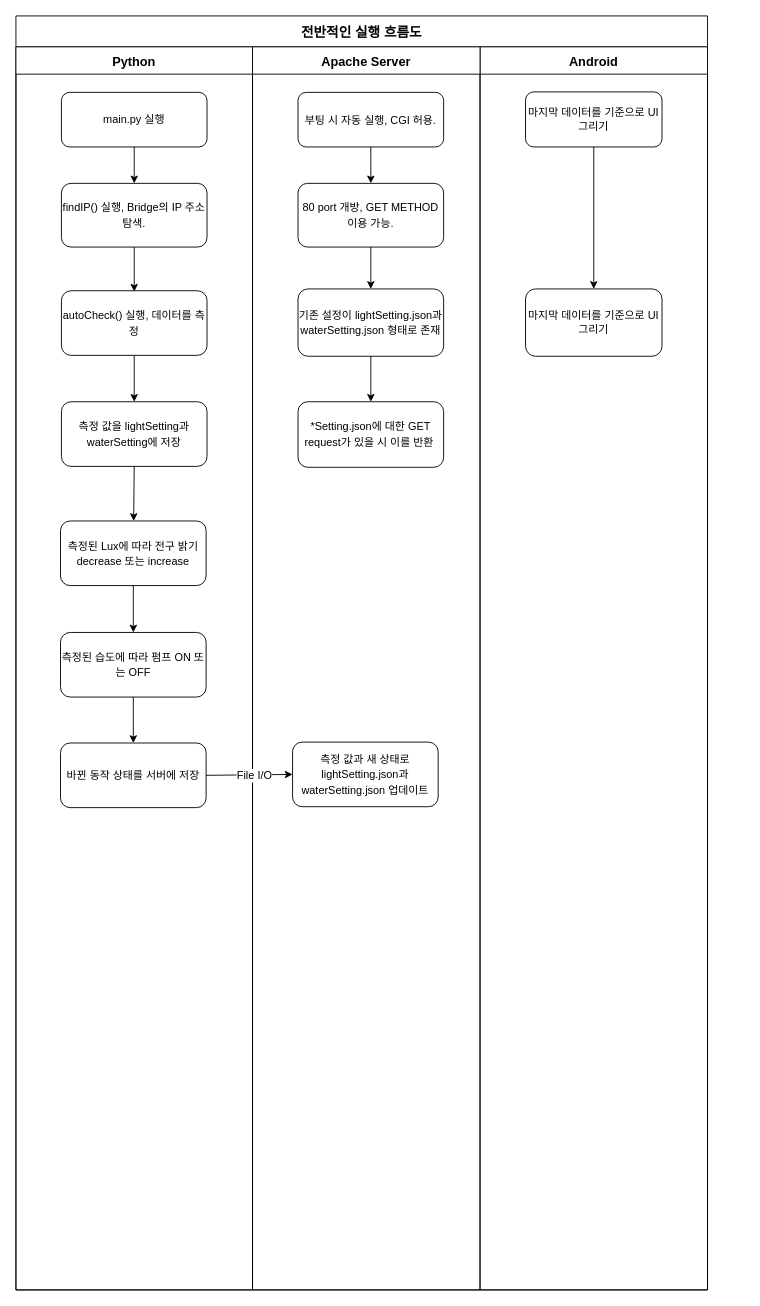
rkrnru/2021ESWContest_free_1071 keeps this draw.io diagram as 전반적인 실행 흐름도.drawio. Above is the earlier version. Source tidied: cells renumbered, new cells numbered last; positions are measured from the earlier drawing's top-left corner, leaving out a move shared by most shapes. Both pictures are drawn from the tidied source at 91%, with x=0, y=0 at pixel (15, 15).
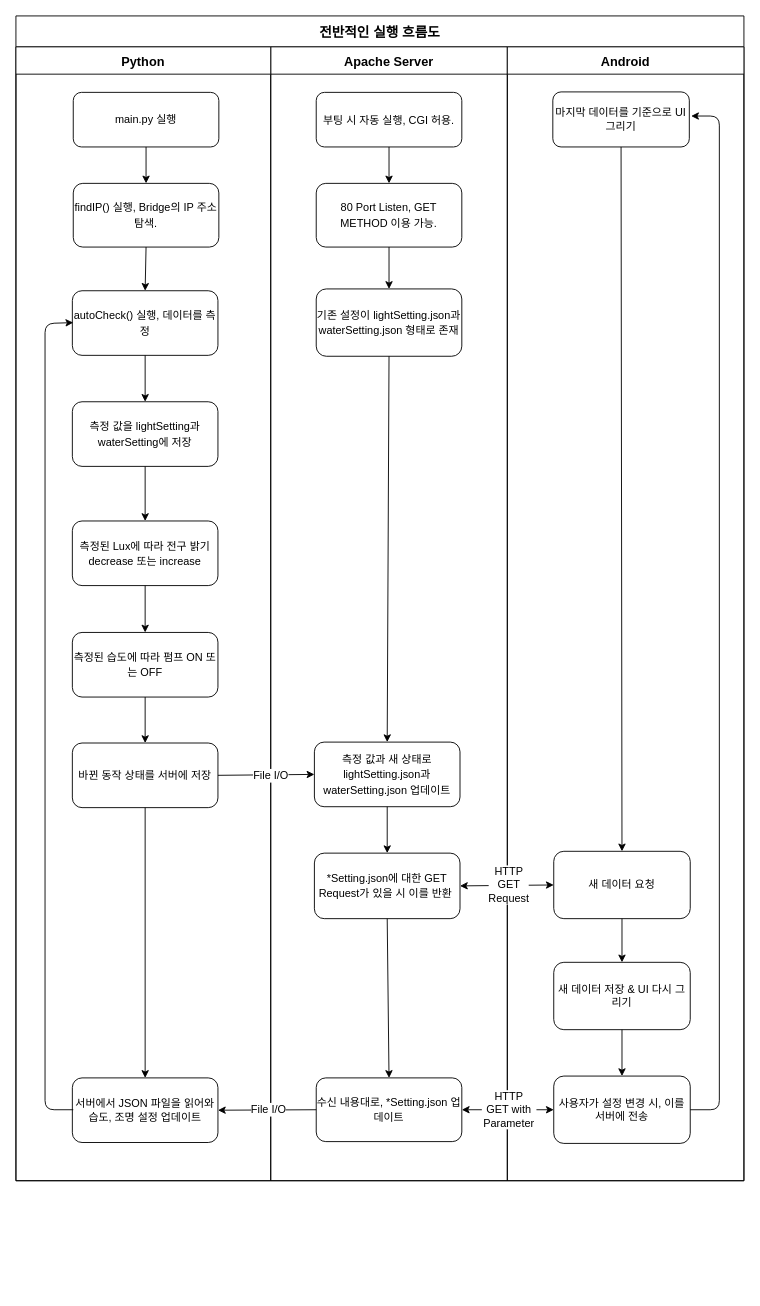
The same page after the edit.

Commit message:
Update 전반적인 실행 흐름도.drawio

Unchanged cells that the change refers to:
```xml
<mxCell id="18" value="마지막 데이터를 기준으로 UI 그리기" style="rounded=1;whiteSpace=wrap;html=1;fontSize=12;" parent="17" vertex="1">
  <mxGeometry x="50" y="49.5" width="150" height="60.5" as="geometry" />
</mxCell>
<mxCell id="30" style="endArrow=classic;html=1;exitX=1;exitY=0.5;exitDx=0;exitDy=0;entryX=0;entryY=0.5;entryDx=0;entryDy=0;" parent="2" edge="1" source="15" target="23">
  <mxGeometry relative="1" as="geometry" />
</mxCell>
```

Diff of the diagram source:
```diff
@@
     <mxCell id="2" value="전반적인 실행 흐름도" style="swimlane;fontSize=15;startSize=34;" parent="1" vertex="1">
-      <mxGeometry width="760" height="1400" as="geometry" />
+      <mxGeometry width="800" height="1280" as="geometry" />
     </mxCell>
+    <mxCell id="21" value="Apache Server" style="swimlane;fontSize=14;startSize=30;spacing=2;" parent="2" vertex="1">
+      <mxGeometry x="280" y="34" width="260" height="1246" as="geometry" />
+    </mxCell>
+    <mxCell id="22" value="&lt;p style=&quot;line-height: 150%&quot;&gt;부팅 시 자동 실행, CGI 허용.&lt;/p&gt;" style="rounded=1;whiteSpace=wrap;html=1;fontSize=12;spacing=2;" parent="21" vertex="1">
+      <mxGeometry x="50" y="50" width="160" height="60" as="geometry" />
+    </mxCell>
+    <mxCell id="23" value="&lt;p style=&quot;line-height: 140%&quot;&gt;측정 값과 새 상태로 lightSetting.json과 waterSetting.json 업데이트&lt;/p&gt;" style="rounded=1;whiteSpace=wrap;html=1;" parent="21" vertex="1">
+      <mxGeometry x="48" y="764" width="160" height="71" as="geometry" />
+    </mxCell>
+    <mxCell id="24" value="&lt;p style=&quot;line-height: 140%&quot;&gt;80 Port Listen, GET METHOD 이용 가능.&lt;br&gt;&lt;/p&gt;" style="rounded=1;whiteSpace=wrap;html=1;fontSize=12;" parent="21" vertex="1">
+      <mxGeometry x="50" y="150" width="160" height="70" as="geometry" />
+    </mxCell>
+    <mxCell id="25" style="endArrow=classic;html=1;fontSize=13;entryX=0.5;entryY=0;entryDx=0;entryDy=0;exitX=0.5;exitY=1;exitDx=0;exitDy=0;" parent="21" edge="1" source="22" target="24">
+      <mxGeometry relative="1" as="geometry" />
+    </mxCell>
+    <mxCell id="26" value="&lt;p style=&quot;line-height: 140%&quot;&gt;기존 설정이 lightSetting.json과 waterSetting.json 형태로 존재&lt;br&gt;&lt;/p&gt;" style="rounded=1;whiteSpace=wrap;html=1;fontSize=12;" parent="21" vertex="1">
+      <mxGeometry x="50" y="266" width="160" height="74" as="geometry" />
+    </mxCell>
+    <mxCell id="27" style="endArrow=classic;html=1;fontSize=13;entryX=0.5;entryY=0;entryDx=0;entryDy=0;exitX=0.5;exitY=1;exitDx=0;exitDy=0;" parent="21" edge="1" source="24" target="26">
+      <mxGeometry relative="1" as="geometry" />
+    </mxCell>
+    <mxCell id="28" value="&lt;p style=&quot;line-height: 140%&quot;&gt;*Setting.json에 대한 GET Request가 있을 시 이를 반환&amp;nbsp;&lt;/p&gt;" style="rounded=1;whiteSpace=wrap;html=1;fontSize=12;" parent="21" vertex="1">
+      <mxGeometry x="48" y="886" width="160" height="72" as="geometry" />
+    </mxCell>
+    <mxCell id="32" style="endArrow=classic;html=1;entryX=0.5;entryY=0;entryDx=0;entryDy=0;exitX=0.5;exitY=1;exitDx=0;exitDy=0;" parent="21" edge="1" source="26" target="23">
+      <mxGeometry relative="1" as="geometry" />
+    </mxCell>
+    <mxCell id="33" style="endArrow=classic;html=1;entryX=0.5;entryY=0;entryDx=0;entryDy=0;exitX=0.5;exitY=1;exitDx=0;exitDy=0;" parent="21" edge="1" source="23" target="28">
+      <mxGeometry relative="1" as="geometry" />
+    </mxCell>
+    <mxCell id="34" value="&lt;p style=&quot;line-height: 140%&quot;&gt;수신 내용대로, *Setting.json 업데이트&lt;/p&gt;" style="rounded=1;whiteSpace=wrap;html=1;fontSize=12;" parent="21" vertex="1">
+      <mxGeometry x="50" y="1133" width="160" height="70" as="geometry" />
+    </mxCell>
+    <mxCell id="35" style="endArrow=classic;html=1;entryX=0.5;entryY=0;entryDx=0;entryDy=0;exitX=0.5;exitY=1;exitDx=0;exitDy=0;" parent="21" edge="1" source="28" target="34">
+      <mxGeometry relative="1" as="geometry" />
+    </mxCell>
+    <mxCell id="36" style="endArrow=classic;startArrow=classic;html=1;entryX=0;entryY=0.5;entryDx=0;entryDy=0;exitX=1;exitY=0.5;exitDx=0;exitDy=0;" parent="2" edge="1" source="28" target="40">
+      <mxGeometry relative="1" as="geometry" />
+    </mxCell>
     <mxCell id="3" value="Python" style="swimlane;startSize=30;fontSize=14;" parent="2" vertex="1">
-      <mxGeometry y="34" width="260" height="1366" as="geometry" />
+      <mxGeometry y="34" width="280" height="1246" as="geometry" />
     </mxCell>
     <mxCell id="4" value="main.py 실행" style="rounded=1;whiteSpace=wrap;html=1;" parent="3" vertex="1">
-      <mxGeometry x="50" y="50" width="160" height="60" as="geometry" />
+      <mxGeometry x="63" y="50" width="160" height="60" as="geometry" />
     </mxCell>
     <mxCell id="5" value="&lt;p style=&quot;line-height: 140%&quot;&gt;findIP() 실행, Bridge의 IP 주소 탐색.&lt;br&gt;&lt;/p&gt;" style="rounded=1;whiteSpace=wrap;html=1;fontSize=12;" parent="3" vertex="1">
-      <mxGeometry x="50" y="150" width="160" height="70" as="geometry" />
+      <mxGeometry x="63" y="150" width="160" height="70" as="geometry" />
     </mxCell>
@@
-    <mxCell id="7" style="endArrow=classic;html=1;exitX=0.5;exitY=1;exitDx=0;exitDy=0;entryX=0.5;entryY=0;entryDx=0;entryDy=0;" parent="3" edge="1" source="5">
-      <mxGeometry relative="1" as="geometry">
-        <mxPoint x="130" y="269" as="targetPoint" />
-      </mxGeometry>
+    <mxCell id="7" style="endArrow=classic;html=1;exitX=0.5;exitY=1;exitDx=0;exitDy=0;entryX=0.5;entryY=0;entryDx=0;entryDy=0;" parent="3" edge="1" source="5" target="8">
+      <mxGeometry relative="1" as="geometry" />
     </mxCell>
     <mxCell id="8" value="&lt;p style=&quot;line-height: 140%&quot;&gt;autoCheck() 실행, 데이터를 측정&lt;/p&gt;" style="rounded=1;whiteSpace=wrap;html=1;" parent="3" vertex="1">
-      <mxGeometry x="50" y="268" width="160" height="71" as="geometry" />
+      <mxGeometry x="62" y="268" width="160" height="71" as="geometry" />
     </mxCell>
     <mxCell id="9" value="&lt;p style=&quot;line-height: 140%&quot;&gt;측정 값을 lightSetting과 waterSetting에 저장&lt;/p&gt;" style="rounded=1;whiteSpace=wrap;html=1;" parent="3" vertex="1">
-      <mxGeometry x="50" y="390" width="160" height="71" as="geometry" />
+      <mxGeometry x="62" y="390" width="160" height="71" as="geometry" />
     </mxCell>
     <mxCell id="10" value="&lt;p style=&quot;line-height: 140%&quot;&gt;측정된 Lux에 따라 전구 밝기 decrease 또는 increase&lt;/p&gt;" style="rounded=1;whiteSpace=wrap;html=1;" parent="3" vertex="1">
-      <mxGeometry x="49" y="521" width="160" height="71" as="geometry" />
+      <mxGeometry x="62" y="521" width="160" height="71" as="geometry" />
     </mxCell>
@@
     <mxCell id="12" value="&lt;p style=&quot;line-height: 140%&quot;&gt;측정된 습도에 따라 펌프 ON 또는 OFF&lt;/p&gt;" style="rounded=1;whiteSpace=wrap;html=1;" parent="3" vertex="1">
-      <mxGeometry x="49" y="643.5" width="160" height="71" as="geometry" />
+      <mxGeometry x="62" y="643.5" width="160" height="71" as="geometry" />
     </mxCell>
@@
     <mxCell id="15" value="바뀐 동작 상태를 서버에 저장" style="rounded=1;whiteSpace=wrap;html=1;" parent="3" vertex="1">
-      <mxGeometry x="49" y="765" width="160" height="71" as="geometry" />
+      <mxGeometry x="62" y="765" width="160" height="71" as="geometry" />
     </mxCell>
@@
+    <mxCell id="37" value="서버에서 JSON 파일을 읽어와 습도, 조명 설정 업데이트" style="rounded=1;whiteSpace=wrap;html=1;" parent="3" vertex="1">
+      <mxGeometry x="62" y="1133" width="160" height="71" as="geometry" />
+    </mxCell>
+    <mxCell id="38" style="endArrow=classic;html=1;exitX=0.5;exitY=1;exitDx=0;exitDy=0;entryX=0.5;entryY=0;entryDx=0;entryDy=0;" parent="3" edge="1" source="15" target="37">
+      <mxGeometry relative="1" as="geometry" />
+    </mxCell>
+    <mxCell id="39" style="endArrow=classic;html=1;" parent="3" edge="1">
+      <mxGeometry relative="1" as="geometry">
+        <mxPoint x="63" y="1168" as="sourcePoint" />
+        <mxPoint x="63" y="303" as="targetPoint" />
+        <Array as="points">
+          <mxPoint x="32" y="1168" />
+          <mxPoint x="32" y="304" />
+        </Array>
+      </mxGeometry>
+    </mxCell>
     <mxCell id="17" value="Android" style="swimlane;startSize=30;fontSize=14;" parent="2" vertex="1">
-      <mxGeometry x="510" y="34" width="250" height="1366" as="geometry" />
+      <mxGeometry x="540" y="34" width="260" height="1246" as="geometry" />
     </mxCell>
@@
-    <mxCell id="19" value="마지막 데이터를 기준으로 UI 그리기" style="rounded=1;whiteSpace=wrap;html=1;fontSize=12;" parent="17" vertex="1">
-      <mxGeometry x="50" y="266" width="150" height="74" as="geometry" />
+    <mxCell id="19" value="새 데이터 저장 &amp;amp; UI 다시 그리기" style="rounded=1;whiteSpace=wrap;html=1;fontSize=12;" parent="17" vertex="1">
+      <mxGeometry x="51" y="1006" width="150" height="74" as="geometry" />
     </mxCell>
-    <mxCell id="20" style="endArrow=classic;html=1;fontSize=13;entryX=0.5;entryY=0;entryDx=0;entryDy=0;exitX=0.5;exitY=1;exitDx=0;exitDy=0;" parent="17" edge="1" source="18" target="19">
-      <mxGeometry relative="1" as="geometry" />
-    </mxCell>
-    <mxCell id="21" value="Apache Server" style="swimlane;fontSize=14;startSize=30;spacing=2;" parent="2" vertex="1">
-      <mxGeometry x="260" y="34" width="250" height="1366" as="geometry" />
-    </mxCell>
-    <mxCell id="22" value="&lt;p style=&quot;line-height: 150%&quot;&gt;부팅 시 자동 실행, CGI 허용.&lt;/p&gt;" style="rounded=1;whiteSpace=wrap;html=1;fontSize=12;spacing=2;" parent="21" vertex="1">
-      <mxGeometry x="50" y="50" width="160" height="60" as="geometry" />
-    </mxCell>
-    <mxCell id="23" value="&lt;p style=&quot;line-height: 140%&quot;&gt;측정 값과 새 상태로 lightSetting.json과 waterSetting.json 업데이트&lt;/p&gt;" style="rounded=1;whiteSpace=wrap;html=1;" parent="21" vertex="1">
-      <mxGeometry x="44" y="764" width="160" height="71" as="geometry" />
-    </mxCell>
-    <mxCell id="24" value="&lt;p style=&quot;line-height: 140%&quot;&gt;80 port 개방, GET METHOD 이용 가능.&lt;br&gt;&lt;/p&gt;" style="rounded=1;whiteSpace=wrap;html=1;fontSize=12;" parent="21" vertex="1">
-      <mxGeometry x="50" y="150" width="160" height="70" as="geometry" />
-    </mxCell>
-    <mxCell id="25" style="endArrow=classic;html=1;fontSize=13;entryX=0.5;entryY=0;entryDx=0;entryDy=0;exitX=0.5;exitY=1;exitDx=0;exitDy=0;" parent="21" edge="1" source="22" target="24">
-      <mxGeometry relative="1" as="geometry" />
-    </mxCell>
-    <mxCell id="26" value="&lt;p style=&quot;line-height: 140%&quot;&gt;기존 설정이 lightSetting.json과 waterSetting.json 형태로 존재&lt;br&gt;&lt;/p&gt;" style="rounded=1;whiteSpace=wrap;html=1;fontSize=12;" parent="21" vertex="1">
-      <mxGeometry x="50" y="266" width="160" height="74" as="geometry" />
-    </mxCell>
-    <mxCell id="27" style="endArrow=classic;html=1;fontSize=13;entryX=0.5;entryY=0;entryDx=0;entryDy=0;exitX=0.5;exitY=1;exitDx=0;exitDy=0;" parent="21" edge="1" source="24" target="26">
-      <mxGeometry relative="1" as="geometry" />
-    </mxCell>
-    <mxCell id="28" value="&lt;p style=&quot;line-height: 140%&quot;&gt;*Setting.json에 대한 GET request가 있을 시 이를 반환&amp;nbsp;&lt;/p&gt;" style="rounded=1;whiteSpace=wrap;html=1;fontSize=12;" parent="21" vertex="1">
-      <mxGeometry x="50" y="390" width="160" height="72" as="geometry" />
-    </mxCell>
-    <mxCell id="29" style="endArrow=classic;html=1;fontSize=13;entryX=0.5;entryY=0;entryDx=0;entryDy=0;exitX=0.5;exitY=1;exitDx=0;exitDy=0;" parent="21" edge="1" source="26" target="28">
-      <mxGeometry relative="1" as="geometry" />
-    </mxCell>
+    <mxCell id="40" value="새 데이터 요청" style="rounded=1;whiteSpace=wrap;html=1;fontSize=12;" parent="17" vertex="1">
+      <mxGeometry x="51" y="884" width="150" height="74" as="geometry" />
+    </mxCell>
+    <mxCell id="41" style="endArrow=classic;html=1;entryX=0.5;entryY=0;entryDx=0;entryDy=0;exitX=0.5;exitY=1;exitDx=0;exitDy=0;" parent="17" edge="1" source="18" target="40">
+      <mxGeometry relative="1" as="geometry" />
+    </mxCell>
+    <mxCell id="42" style="endArrow=classic;html=1;entryX=0.5;entryY=0;entryDx=0;entryDy=0;exitX=0.5;exitY=1;exitDx=0;exitDy=0;" parent="17" edge="1" source="40" target="19">
+      <mxGeometry relative="1" as="geometry" />
+    </mxCell>
+    <mxCell id="43" value="사용자가 설정 변경 시, 이를 서버에 전송" style="rounded=1;whiteSpace=wrap;html=1;fontSize=12;" parent="17" vertex="1">
+      <mxGeometry x="51" y="1131" width="150" height="74" as="geometry" />
+    </mxCell>
+    <mxCell id="44" style="endArrow=classic;html=1;entryX=0.5;entryY=0;entryDx=0;entryDy=0;exitX=0.5;exitY=1;exitDx=0;exitDy=0;" parent="17" edge="1" source="19" target="43">
+      <mxGeometry relative="1" as="geometry" />
+    </mxCell>
@@
     <mxCell id="31" value="File I/O" style="edgeLabel;html=1;align=center;verticalAlign=middle;fontSize=12;" parent="30" vertex="1">
       <mxGeometry x="0.4" y="-1" relative="1" as="geometry">
-        <mxPoint x="-15" as="offset" />
+        <mxPoint x="-17" as="offset" />
       </mxGeometry>
     </mxCell>
+    <mxCell id="45" style="endArrow=classic;startArrow=none;html=1;entryX=0;entryY=0.5;entryDx=0;entryDy=0;exitX=1;exitY=0.5;exitDx=0;exitDy=0;" parent="2" edge="1" source="46" target="43">
+      <mxGeometry relative="1" as="geometry" />
+    </mxCell>
+    <mxCell id="46" value="HTTP GET with Parameter" style="text;html=1;strokeColor=none;fillColor=none;align=center;verticalAlign=middle;whiteSpace=wrap;rounded=0;labelBackgroundColor=#FFFFFF;" parent="2" vertex="1">
+      <mxGeometry x="512" y="1192" width="60" height="20" as="geometry" />
+    </mxCell>
+    <mxCell id="47" style="endArrow=none;startArrow=classic;html=1;entryX=0;entryY=0.5;entryDx=0;entryDy=0;exitX=1;exitY=0.5;exitDx=0;exitDy=0;" parent="2" edge="1" source="34" target="46">
+      <mxGeometry relative="1" as="geometry" />
+    </mxCell>
+    <mxCell id="48" style="endArrow=classic;html=1;exitX=0;exitY=0.5;exitDx=0;exitDy=0;entryX=1;entryY=0.5;entryDx=0;entryDy=0;" parent="2" edge="1" source="34" target="37">
+      <mxGeometry relative="1" as="geometry" />
+    </mxCell>
+    <mxCell id="49" value="HTTP GET Request" style="text;html=1;align=center;verticalAlign=middle;whiteSpace=wrap;rounded=0;fillColor=#FFFFFF;labelBackgroundColor=#FFFFFF;" parent="1" vertex="1">
+      <mxGeometry x="522" y="943" width="40" height="24" as="geometry" />
+    </mxCell>
+    <mxCell id="50" style="endArrow=classic;html=1;exitX=1;exitY=0.5;exitDx=0;exitDy=0;" parent="1" edge="1" source="43">
+      <mxGeometry relative="1" as="geometry">
+        <mxPoint x="742" y="110" as="targetPoint" />
+        <Array as="points">
+          <mxPoint x="773" y="1202" />
+          <mxPoint x="773" y="110" />
+        </Array>
+      </mxGeometry>
+    </mxCell>
+    <mxCell id="51" value="File I/O" style="text;html=1;strokeColor=none;fillColor=none;align=center;verticalAlign=middle;whiteSpace=wrap;rounded=0;labelBackgroundColor=#FFFFFF;" parent="1" vertex="1">
+      <mxGeometry x="248" y="1192" width="60" height="20" as="geometry" />
+    </mxCell>
```
